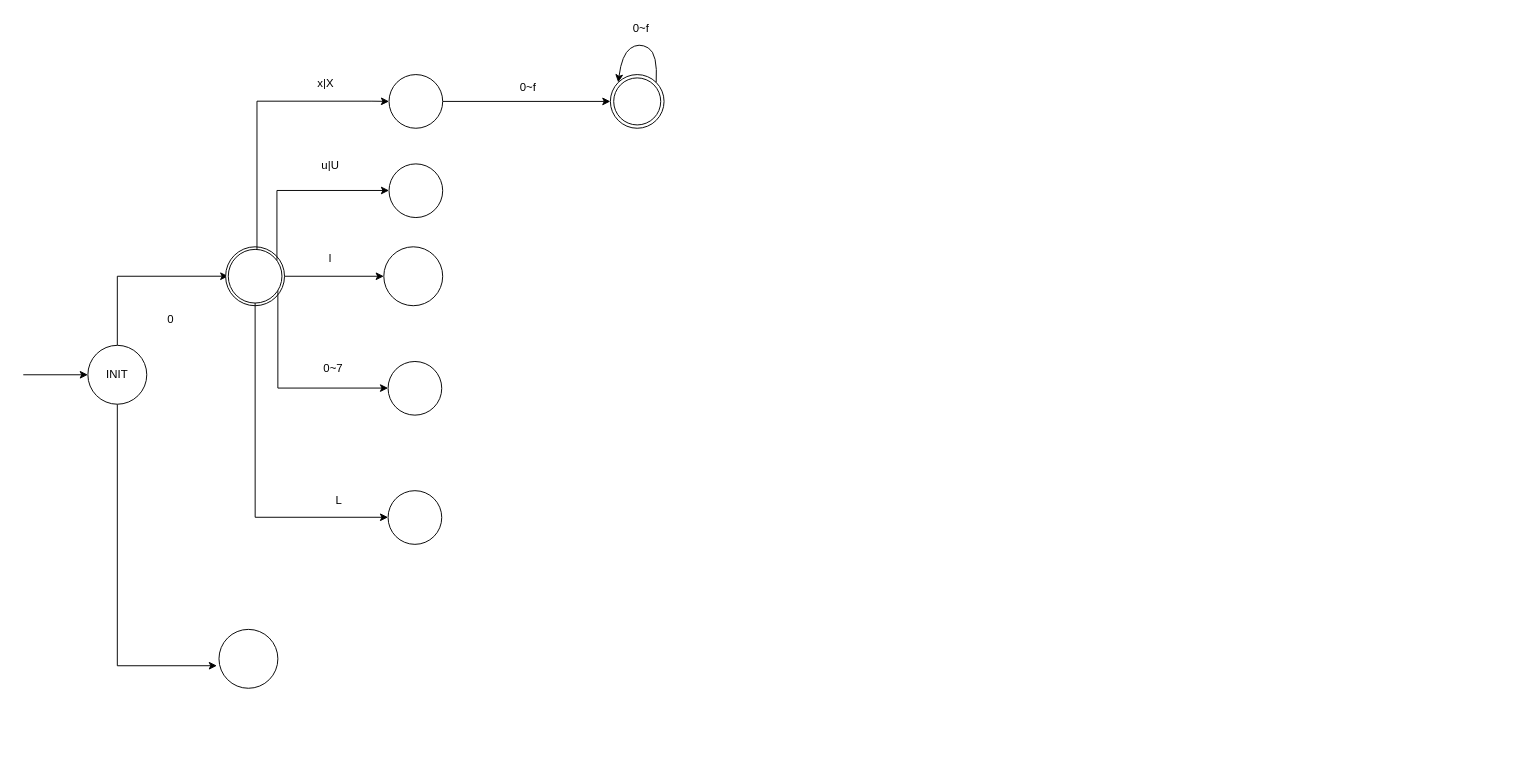
Before: 整数和浮点数.drawio in ZYNsama666/BackUp, a draw.io diagram. Source tidied: cells renumbered, new cells numbered last; positions are measured from the earlier drawing's top-left corner, leaving out a move shared by most shapes. Both pictures are drawn from the tidied source at 95%, with x=0, y=0 at pixel (23, 16).
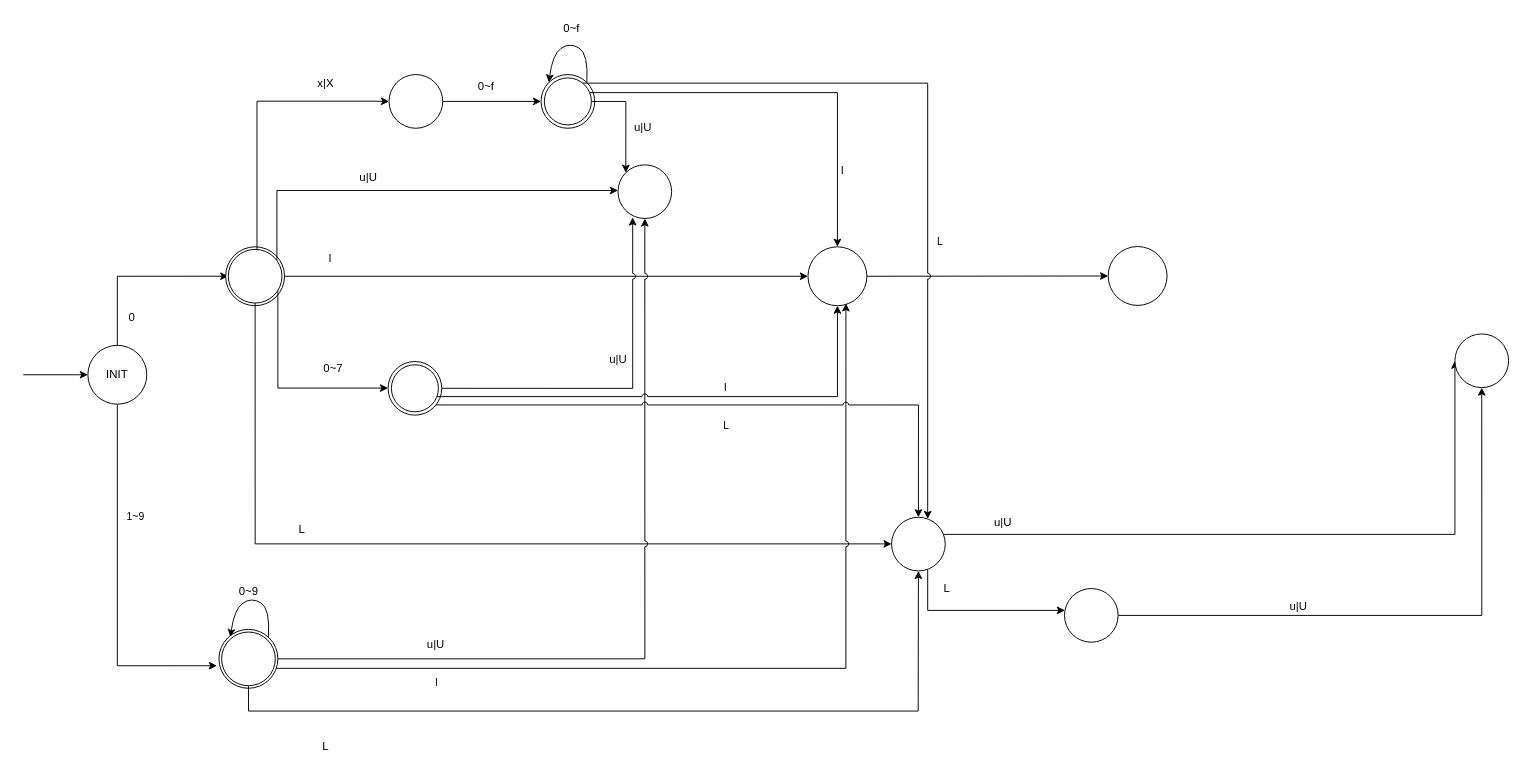
The same page after the edit.

Commit message (it also covers changes not shown here):
更新整数和浮点数.drawio

The change refers to these unchanged cells:
```xml
<mxCell id="2" style="edgeStyle=orthogonalEdgeStyle;rounded=0;jettySize=auto;html=1;entryX=-0.035;entryY=0.617;entryDx=0;entryDy=0;entryPerimeter=0;" parent="1" edge="1" source="4" target="14">
  <mxGeometry relative="1" as="geometry">
    <Array as="points">
      <mxPoint x="99" y="683" />
    </Array>
  </mxGeometry>
</mxCell>
<mxCell id="6" value="1" style="ellipse;whiteSpace=wrap;html=1;" parent="1" vertex="1">
  <mxGeometry x="213" y="242.3" width="62" height="62" as="geometry" />
</mxCell>
<mxCell id="13" style="ellipse;whiteSpace=wrap;html=1;" parent="1" vertex="1">
  <mxGeometry x="215.8" y="245" width="56.5" height="56.5" as="geometry" />
</mxCell>
<mxCell id="14" style="ellipse;whiteSpace=wrap;html=1;" parent="1" vertex="1">
  <mxGeometry x="206" y="645" width="62" height="62" as="geometry" />
</mxCell>
<mxCell id="19" style="ellipse;whiteSpace=wrap;html=1;" parent="1" vertex="1">
  <mxGeometry x="384" y="363" width="56.5" height="56.5" as="geometry" />
</mxCell>
```

Change to the diagram source:
```diff
@@
+    <mxCell id="31" value="1~9" style="edgeLabel;html=1;align=center;verticalAlign=middle;" parent="2" vertex="1">
+      <mxGeometry x="-0.46" y="1" relative="1" as="geometry">
+        <mxPoint x="17" y="14" as="offset" />
+      </mxGeometry>
+    </mxCell>
@@
-    <mxCell id="5" style="edgeStyle=orthogonalEdgeStyle;rounded=0;jettySize=auto;html=1;" parent="1" edge="1" source="6" target="18">
+    <mxCell id="5" style="edgeStyle=orthogonalEdgeStyle;rounded=0;jettySize=auto;html=1;jumpStyle=arc;" parent="1" edge="1" source="6" target="18">
       <mxGeometry relative="1" as="geometry" />
     </mxCell>
@@
     <mxCell id="8" value="0" style="text;html=1;align=center;verticalAlign=middle;strokeColor=none;fillColor=none;" parent="1" vertex="1">
-      <mxGeometry x="142" y="306" width="25" height="26" as="geometry" />
+      <mxGeometry x="101" y="304.3" width="25" height="26" as="geometry" />
     </mxCell>
@@
-    <mxCell id="12" style="edgeStyle=orthogonalEdgeStyle;rounded=0;jettySize=auto;html=1;" parent="1" edge="1" source="13" target="20">
+    <mxCell id="12" style="edgeStyle=orthogonalEdgeStyle;rounded=0;jettySize=auto;html=1;" parent="1" edge="1" source="13" target="55">
       <mxGeometry relative="1" as="geometry">
         <Array as="points">
-          <mxPoint x="244" y="527" />
+          <mxPoint x="244" y="555" />
         </Array>
       </mxGeometry>
     </mxCell>
@@
+    <mxCell id="32" style="edgeStyle=orthogonalEdgeStyle;rounded=0;jettySize=auto;html=1;entryX=0.5;entryY=1;entryDx=0;entryDy=0;jumpStyle=arc;" parent="1" edge="1" source="14" target="17">
+      <mxGeometry relative="1" as="geometry" />
+    </mxCell>
+    <mxCell id="33" style="edgeStyle=orthogonalEdgeStyle;rounded=0;jettySize=auto;html=1;entryX=0.644;entryY=0.96;entryDx=0;entryDy=0;entryPerimeter=0;jumpStyle=arc;" parent="1" edge="1" source="14" target="18">
+      <mxGeometry relative="1" as="geometry">
+        <Array as="points">
+          <mxPoint x="866" y="686" />
+        </Array>
+      </mxGeometry>
+    </mxCell>
+    <mxCell id="34" value="l" style="edgeLabel;html=1;align=center;verticalAlign=middle;" parent="33" vertex="1">
+      <mxGeometry x="-0.54" y="1" relative="1" as="geometry">
+        <mxPoint x="-58" y="15" as="offset" />
+      </mxGeometry>
+    </mxCell>
@@
     <mxCell id="17" style="ellipse;whiteSpace=wrap;html=1;" parent="1" vertex="1">
-      <mxGeometry x="385" y="155" width="56.5" height="56.5" as="geometry" />
+      <mxGeometry x="626" y="156" width="56.5" height="56.5" as="geometry" />
     </mxCell>
+    <mxCell id="35" style="edgeStyle=orthogonalEdgeStyle;rounded=0;jettySize=auto;html=1;entryX=0.274;entryY=0.98;entryDx=0;entryDy=0;entryPerimeter=0;exitX=1;exitY=0.5;exitDx=0;exitDy=0;jumpStyle=arc;" parent="1" edge="1" source="19" target="17">
+      <mxGeometry relative="1" as="geometry" />
+    </mxCell>
+    <mxCell id="36" style="edgeStyle=orthogonalEdgeStyle;rounded=0;jettySize=auto;html=1;exitX=1;exitY=1;exitDx=0;exitDy=0;jumpStyle=arc;" parent="1" edge="1" source="46" target="55">
+      <mxGeometry relative="1" as="geometry" />
+    </mxCell>
+    <mxCell id="37" value="L" style="edgeLabel;html=1;align=center;verticalAlign=middle;" parent="36" vertex="1">
+      <mxGeometry x="0.01" y="-2" relative="1" as="geometry">
+        <mxPoint x="-9" y="20" as="offset" />
+      </mxGeometry>
+    </mxCell>
+    <mxCell id="38" style="edgeStyle=orthogonalEdgeStyle;rounded=0;jettySize=auto;html=1;jumpStyle=arc;" parent="1" edge="1" source="18" target="63">
+      <mxGeometry relative="1" as="geometry" />
+    </mxCell>
     <mxCell id="18" style="ellipse;whiteSpace=wrap;html=1;" parent="1" vertex="1">
-      <mxGeometry x="379.5" y="242.3" width="62" height="62" as="geometry" />
+      <mxGeometry x="826" y="242.3" width="62" height="62" as="geometry" />
     </mxCell>
@@
-    <mxCell id="20" style="ellipse;whiteSpace=wrap;html=1;" parent="1" vertex="1">
-      <mxGeometry x="384" y="499" width="56.5" height="56.5" as="geometry" />
-    </mxCell>
@@
     <mxCell id="22" value="u|U" style="text;html=1;align=center;verticalAlign=middle;strokeColor=none;fillColor=none;" parent="1" vertex="1">
-      <mxGeometry x="305" y="144" width="36" height="26" as="geometry" />
+      <mxGeometry x="345" y="156" width="36" height="26" as="geometry" />
     </mxCell>
@@
     <mxCell id="25" value="L" style="text;html=1;align=center;verticalAlign=middle;strokeColor=none;fillColor=none;" parent="1" vertex="1">
-      <mxGeometry x="319" y="497" width="25" height="26" as="geometry" />
+      <mxGeometry x="280" y="527" width="25" height="26" as="geometry" />
     </mxCell>
     <mxCell id="26" style="ellipse;whiteSpace=wrap;html=1;" parent="1" vertex="1">
-      <mxGeometry x="618" y="61" width="56.5" height="56.5" as="geometry" />
+      <mxGeometry x="545" y="61" width="56.5" height="56.5" as="geometry" />
     </mxCell>
+    <mxCell id="39" style="edgeStyle=orthogonalEdgeStyle;rounded=0;jettySize=auto;html=1;entryX=0;entryY=0;entryDx=0;entryDy=0;" parent="1" edge="1" source="27" target="17">
+      <mxGeometry relative="1" as="geometry" />
+    </mxCell>
+    <mxCell id="40" style="edgeStyle=orthogonalEdgeStyle;rounded=0;jettySize=auto;html=1;" parent="1" edge="1" source="27" target="18">
+      <mxGeometry relative="1" as="geometry">
+        <Array as="points">
+          <mxPoint x="857" y="80" />
+        </Array>
+      </mxGeometry>
+    </mxCell>
+    <mxCell id="41" style="edgeStyle=orthogonalEdgeStyle;rounded=0;jettySize=auto;html=1;jumpStyle=arc;" parent="1" edge="1" source="27" target="55">
+      <mxGeometry relative="1" as="geometry">
+        <Array as="points">
+          <mxPoint x="952" y="70" />
+        </Array>
+      </mxGeometry>
+    </mxCell>
+    <mxCell id="42" value="L" style="edgeLabel;html=1;align=center;verticalAlign=middle;" parent="41" vertex="1">
+      <mxGeometry x="0.31" y="-3" relative="1" as="geometry">
+        <mxPoint x="15" y="-8" as="offset" />
+      </mxGeometry>
+    </mxCell>
     <mxCell id="27" style="ellipse;whiteSpace=wrap;html=1;" parent="1" vertex="1">
-      <mxGeometry x="621.5" y="64.5" width="49.5" height="49.5" as="geometry" />
+      <mxGeometry x="548.5" y="64.5" width="49.5" height="49.5" as="geometry" />
     </mxCell>
     <mxCell id="28" value="0~f" style="text;html=1;align=center;verticalAlign=middle;strokeColor=none;fillColor=none;" parent="1" vertex="1">
-      <mxGeometry x="513" y="62" width="35" height="26" as="geometry" />
+      <mxGeometry x="469" y="61" width="35" height="26" as="geometry" />
     </mxCell>
     <mxCell id="29" style="curved=1;endArrow=classic;html=1;rounded=0;exitX=1;exitY=0;exitDx=0;exitDy=0;entryX=0;entryY=0;entryDx=0;entryDy=0;" parent="1" edge="1" source="26" target="26">
       <mxGeometry relative="1" as="geometry">
         <Array as="points">
-          <mxPoint x="668" y="39" />
-          <mxPoint x="648" y="27" />
-          <mxPoint x="630" y="40" />
+          <mxPoint x="595" y="39" />
+          <mxPoint x="575" y="27" />
+          <mxPoint x="557" y="40" />
         </Array>
       </mxGeometry>
     </mxCell>
     <mxCell id="30" value="0~f" style="text;html=1;align=center;verticalAlign=middle;strokeColor=none;fillColor=none;" parent="1" vertex="1">
-      <mxGeometry x="632" width="35" height="26" as="geometry" />
+      <mxGeometry x="559" width="35" height="26" as="geometry" />
     </mxCell>
+    <mxCell id="43" value="u|U" style="text;html=1;align=center;verticalAlign=middle;strokeColor=none;fillColor=none;" parent="1" vertex="1">
+      <mxGeometry x="634" y="104" width="36" height="26" as="geometry" />
+    </mxCell>
+    <mxCell id="44" value="u|U" style="text;html=1;align=center;verticalAlign=middle;strokeColor=none;fillColor=none;" parent="1" vertex="1">
+      <mxGeometry x="608" y="348" width="36" height="26" as="geometry" />
+    </mxCell>
+    <mxCell id="45" style="edgeStyle=orthogonalEdgeStyle;rounded=0;jettySize=auto;html=1;entryX=0.5;entryY=1;entryDx=0;entryDy=0;jumpStyle=arc;" parent="1" edge="1" source="46" target="18">
+      <mxGeometry relative="1" as="geometry">
+        <Array as="points">
+          <mxPoint x="857" y="400" />
+        </Array>
+      </mxGeometry>
+    </mxCell>
+    <mxCell id="46" style="ellipse;whiteSpace=wrap;html=1;" parent="1" vertex="1">
+      <mxGeometry x="387.5" y="366.5" width="49.5" height="49.5" as="geometry" />
+    </mxCell>
+    <mxCell id="47" value="u|U" style="text;html=1;align=center;verticalAlign=middle;strokeColor=none;fillColor=none;" parent="1" vertex="1">
+      <mxGeometry x="416" y="647.8" width="36" height="26" as="geometry" />
+    </mxCell>
+    <mxCell id="48" value="l" style="text;html=1;align=center;verticalAlign=middle;strokeColor=none;fillColor=none;" parent="1" vertex="1">
+      <mxGeometry x="851" y="149" width="21" height="26" as="geometry" />
+    </mxCell>
+    <mxCell id="49" style="curved=1;endArrow=classic;html=1;rounded=0;exitX=1;exitY=0;exitDx=0;exitDy=0;entryX=0;entryY=0;entryDx=0;entryDy=0;" parent="1" edge="1">
+      <mxGeometry relative="1" as="geometry">
+        <mxPoint x="258" y="653" as="sourcePoint" />
+        <mxPoint x="218" y="653" as="targetPoint" />
+        <Array as="points">
+          <mxPoint x="260" y="623" />
+          <mxPoint x="240" y="611" />
+          <mxPoint x="222" y="624" />
+        </Array>
+      </mxGeometry>
+    </mxCell>
+    <mxCell id="50" value="0~9" style="text;html=1;align=center;verticalAlign=middle;strokeColor=none;fillColor=none;" parent="1" vertex="1">
+      <mxGeometry x="218" y="592" width="38" height="26" as="geometry" />
+    </mxCell>
+    <mxCell id="51" style="edgeStyle=orthogonalEdgeStyle;rounded=0;jettySize=auto;html=1;" parent="1" edge="1" source="52" target="55">
+      <mxGeometry relative="1" as="geometry">
+        <Array as="points">
+          <mxPoint x="237" y="731" />
+          <mxPoint x="942" y="731" />
+        </Array>
+      </mxGeometry>
+    </mxCell>
+    <mxCell id="52" style="ellipse;whiteSpace=wrap;html=1;" parent="1" vertex="1">
+      <mxGeometry x="208.8" y="647.8" width="56.5" height="56.5" as="geometry" />
+    </mxCell>
+    <mxCell id="53" style="edgeStyle=orthogonalEdgeStyle;rounded=0;jettySize=auto;html=1;" parent="1" edge="1" source="55" target="58">
+      <mxGeometry relative="1" as="geometry">
+        <Array as="points">
+          <mxPoint x="952" y="625" />
+        </Array>
+      </mxGeometry>
+    </mxCell>
+    <mxCell id="54" style="edgeStyle=orthogonalEdgeStyle;rounded=0;jettySize=auto;html=1;entryX=0;entryY=0.5;entryDx=0;entryDy=0;" parent="1" edge="1" source="55" target="60">
+      <mxGeometry relative="1" as="geometry">
+        <Array as="points">
+          <mxPoint x="1507" y="545" />
+        </Array>
+      </mxGeometry>
+    </mxCell>
+    <mxCell id="55" style="ellipse;whiteSpace=wrap;html=1;" parent="1" vertex="1">
+      <mxGeometry x="914" y="527" width="56.5" height="56.5" as="geometry" />
+    </mxCell>
+    <mxCell id="56" value="L" style="text;html=1;align=center;verticalAlign=middle;strokeColor=none;fillColor=none;" parent="1" vertex="1">
+      <mxGeometry x="305" y="755" width="25" height="26" as="geometry" />
+    </mxCell>
+    <mxCell id="57" style="edgeStyle=orthogonalEdgeStyle;rounded=0;jettySize=auto;html=1;" parent="1" edge="1" source="58" target="60">
+      <mxGeometry relative="1" as="geometry" />
+    </mxCell>
+    <mxCell id="58" style="ellipse;whiteSpace=wrap;html=1;" parent="1" vertex="1">
+      <mxGeometry x="1096" y="602" width="56.5" height="56.5" as="geometry" />
+    </mxCell>
+    <mxCell id="59" value="L" style="text;html=1;align=center;verticalAlign=middle;strokeColor=none;fillColor=none;" parent="1" vertex="1">
+      <mxGeometry x="959" y="589" width="25" height="26" as="geometry" />
+    </mxCell>
+    <mxCell id="60" style="ellipse;whiteSpace=wrap;html=1;" parent="1" vertex="1">
+      <mxGeometry x="1507" y="334" width="56.5" height="56.5" as="geometry" />
+    </mxCell>
+    <mxCell id="61" value="u|U" style="text;html=1;align=center;verticalAlign=middle;strokeColor=none;fillColor=none;" parent="1" vertex="1">
+      <mxGeometry x="1324" y="608" width="36" height="26" as="geometry" />
+    </mxCell>
+    <mxCell id="62" value="u|U" style="text;html=1;align=center;verticalAlign=middle;strokeColor=none;fillColor=none;" parent="1" vertex="1">
+      <mxGeometry x="1013" y="520" width="36" height="26" as="geometry" />
+    </mxCell>
+    <mxCell id="63" style="ellipse;whiteSpace=wrap;html=1;" parent="1" vertex="1">
+      <mxGeometry x="1142" y="242" width="62" height="62" as="geometry" />
+    </mxCell>
+    <mxCell id="64" value="l" style="text;html=1;align=center;verticalAlign=middle;strokeColor=none;fillColor=none;" parent="1" vertex="1">
+      <mxGeometry x="728" y="378.2" width="21" height="26" as="geometry" />
+    </mxCell>
```
